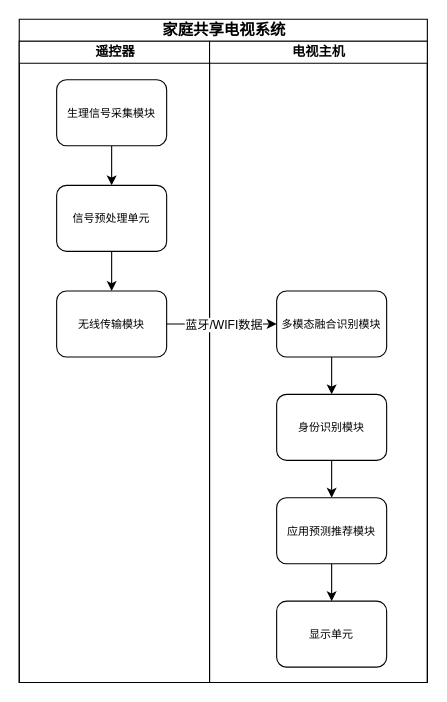
Before: 专利.drawio in plutotw/draw.io, a draw.io diagram. Source tidied: cells renumbered, new cells numbered last; positions are measured from the earlier drawing's top-left corner, leaving out a move shared by most shapes. Both pictures are drawn from the tidied source at 110%, with x=0, y=0 at pixel (19, 19).
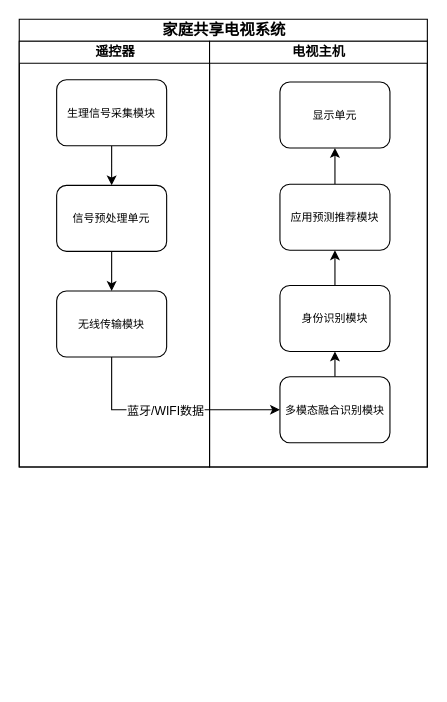
The same page after the edit.

Diff of the diagram source:
```diff
@@
 <mxGraphModel>
   <root>
     <mxCell id="0" />
     <mxCell id="1" parent="0" />
     <mxCell id="2" value="&lt;font style=&quot;font-size: 14px;&quot;&gt;家庭共享电视系统&lt;/font&gt;" style="swimlane;html=1;startSize=20;rounded=0;shadow=0;labelBackgroundColor=none;strokeWidth=1;fontFamily=Verdana;fontSize=8;align=center;" parent="1" vertex="1">
-      <mxGeometry width="371" height="603" as="geometry" />
+      <mxGeometry width="371" height="407" as="geometry" />
     </mxCell>
     <mxCell id="3" value="遥控器" style="swimlane;html=1;startSize=20;" parent="2" vertex="1">
-      <mxGeometry y="20" width="173" height="583" as="geometry" />
+      <mxGeometry y="20" width="173" height="387" as="geometry" />
     </mxCell>
     <mxCell id="4" style="edgeStyle=orthogonalEdgeStyle;rounded=0;jettySize=auto;html=1;exitX=0.5;exitY=1;exitDx=0;exitDy=0;" parent="3" edge="1" source="5" target="7">
       <mxGeometry relative="1" as="geometry" />
     </mxCell>
     <mxCell id="5" value="&lt;font style=&quot;font-size: 10px;&quot;&gt;生理信号采集模块&lt;/font&gt;" style="rounded=1;whiteSpace=wrap;html=1;shadow=0;labelBackgroundColor=none;strokeWidth=1;fontFamily=Verdana;fontSize=8;align=center;" parent="3" vertex="1">
       <mxGeometry x="34" y="35" width="100" height="60" as="geometry" />
     </mxCell>
     <mxCell id="6" style="edgeStyle=orthogonalEdgeStyle;rounded=0;jettySize=auto;html=1;exitX=0.5;exitY=1;exitDx=0;exitDy=0;" parent="3" edge="1" source="7" target="8">
       <mxGeometry relative="1" as="geometry" />
     </mxCell>
     <mxCell id="7" value="&lt;font style=&quot;font-size: 10px;&quot;&gt;信号预处理单元&lt;/font&gt;" style="rounded=1;whiteSpace=wrap;html=1;shadow=0;labelBackgroundColor=none;strokeWidth=1;fontFamily=Verdana;fontSize=8;align=center;" parent="3" vertex="1">
       <mxGeometry x="34" y="131" width="100" height="60" as="geometry" />
     </mxCell>
     <mxCell id="8" value="&lt;font style=&quot;font-size: 10px;&quot;&gt;无线传输模块&lt;/font&gt;" style="rounded=1;whiteSpace=wrap;html=1;shadow=0;labelBackgroundColor=none;strokeWidth=1;fontFamily=Verdana;fontSize=8;align=center;" parent="3" vertex="1">
       <mxGeometry x="34" y="227" width="100" height="60" as="geometry" />
     </mxCell>
+    <mxCell id="17" style="edgeStyle=orthogonalEdgeStyle;rounded=0;jettySize=auto;html=1;exitX=0.5;exitY=1;exitDx=0;exitDy=0;entryX=0;entryY=0.5;entryDx=0;entryDy=0;" parent="2" edge="1" source="8" target="11">
+      <mxGeometry relative="1" as="geometry" />
+    </mxCell>
+    <mxCell id="18" value="蓝牙/WIFI数据" style="edgeLabel;html=1;align=center;verticalAlign=middle;" parent="17" vertex="1">
+      <mxGeometry x="0.11" y="-1" relative="1" as="geometry">
+        <mxPoint x="-16" y="-1" as="offset" />
+      </mxGeometry>
+    </mxCell>
     <mxCell id="9" value="电视主机" style="swimlane;html=1;startSize=20;" parent="2" vertex="1">
-      <mxGeometry x="173" y="20" width="198" height="583" as="geometry" />
+      <mxGeometry x="173" y="20" width="198" height="387" as="geometry" />
     </mxCell>
-    <mxCell id="10" style="edgeStyle=orthogonalEdgeStyle;rounded=0;jettySize=auto;html=1;exitX=0.5;exitY=1;exitDx=0;exitDy=0;" parent="9" edge="1" source="11" target="13">
+    <mxCell id="10" style="edgeStyle=orthogonalEdgeStyle;rounded=0;jettySize=auto;html=1;exitX=0.5;exitY=0;exitDx=0;exitDy=0;" parent="9" edge="1" source="11" target="13">
       <mxGeometry relative="1" as="geometry" />
     </mxCell>
     <mxCell id="11" value="&lt;font style=&quot;font-size: 10px;&quot;&gt;多模态融合识别模块&lt;/font&gt;" style="rounded=1;whiteSpace=wrap;html=1;shadow=0;labelBackgroundColor=none;strokeWidth=1;fontFamily=Verdana;fontSize=8;align=center;" parent="9" vertex="1">
-      <mxGeometry x="61" y="227" width="100" height="60" as="geometry" />
+      <mxGeometry x="64" y="305" width="100" height="60" as="geometry" />
     </mxCell>
-    <mxCell id="12" style="edgeStyle=orthogonalEdgeStyle;rounded=0;jettySize=auto;html=1;exitX=0.5;exitY=1;exitDx=0;exitDy=0;" parent="9" edge="1" source="13" target="15">
+    <mxCell id="12" style="edgeStyle=orthogonalEdgeStyle;rounded=0;jettySize=auto;html=1;exitX=0.5;exitY=0;exitDx=0;exitDy=0;" parent="9" edge="1" source="13" target="15">
       <mxGeometry relative="1" as="geometry" />
     </mxCell>
     <mxCell id="13" value="&lt;font style=&quot;font-size: 10px;&quot;&gt;身份识别模块&lt;/font&gt;" style="rounded=1;whiteSpace=wrap;html=1;shadow=0;labelBackgroundColor=none;strokeWidth=1;fontFamily=Verdana;fontSize=8;align=center;" parent="9" vertex="1">
-      <mxGeometry x="61" y="321" width="100" height="60" as="geometry" />
+      <mxGeometry x="64" y="222" width="100" height="60" as="geometry" />
     </mxCell>
-    <mxCell id="14" style="edgeStyle=orthogonalEdgeStyle;rounded=0;jettySize=auto;html=1;exitX=0.5;exitY=1;exitDx=0;exitDy=0;" parent="9" edge="1" source="15" target="16">
+    <mxCell id="14" style="edgeStyle=orthogonalEdgeStyle;rounded=0;jettySize=auto;html=1;exitX=0.5;exitY=0;exitDx=0;exitDy=0;" parent="9" edge="1" source="15" target="16">
       <mxGeometry relative="1" as="geometry" />
     </mxCell>
     <mxCell id="15" value="&lt;font style=&quot;font-size: 10px;&quot;&gt;应用预测推荐模块&lt;/font&gt;" style="rounded=1;whiteSpace=wrap;html=1;shadow=0;labelBackgroundColor=none;strokeWidth=1;fontFamily=Verdana;fontSize=8;align=center;" parent="9" vertex="1">
-      <mxGeometry x="61" y="415" width="100" height="60" as="geometry" />
+      <mxGeometry x="64" y="130" width="100" height="60" as="geometry" />
     </mxCell>
     <mxCell id="16" value="&lt;font style=&quot;font-size: 10px;&quot;&gt;显示单元&lt;/font&gt;" style="rounded=1;whiteSpace=wrap;html=1;shadow=0;labelBackgroundColor=none;strokeWidth=1;fontFamily=Verdana;fontSize=8;align=center;" parent="9" vertex="1">
-      <mxGeometry x="61" y="509" width="100" height="60" as="geometry" />
+      <mxGeometry x="64" y="37" width="100" height="60" as="geometry" />
     </mxCell>
-    <mxCell id="17" style="edgeStyle=orthogonalEdgeStyle;rounded=0;jettySize=auto;html=1;exitX=1;exitY=0.5;exitDx=0;exitDy=0;" parent="2" edge="1" source="8" target="11">
-      <mxGeometry relative="1" as="geometry" />
-    </mxCell>
-    <mxCell id="18" value="蓝牙/WIFI数据" style="edgeLabel;html=1;align=center;verticalAlign=middle;" parent="17" vertex="1">
-      <mxGeometry x="0.01" relative="1" as="geometry" />
-    </mxCell>
   </root>
 </mxGraphModel>
```
